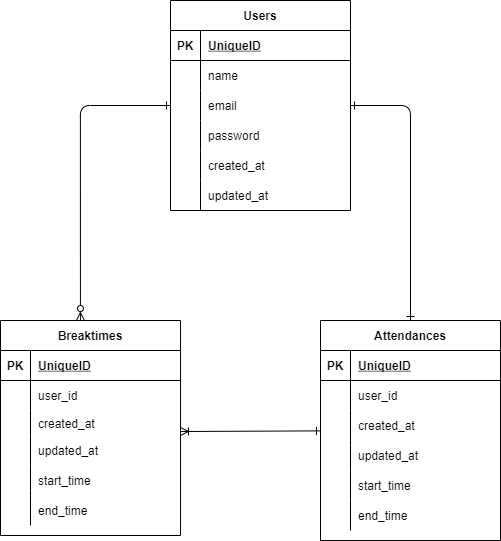
Above: index.drawio.png in msgreentea/Attendance_system (draw.io), before the change. Source tidied: cells renumbered, new cells last; positions are measured from the earlier drawing's top-left corner, leaving out a move shared by most shapes.
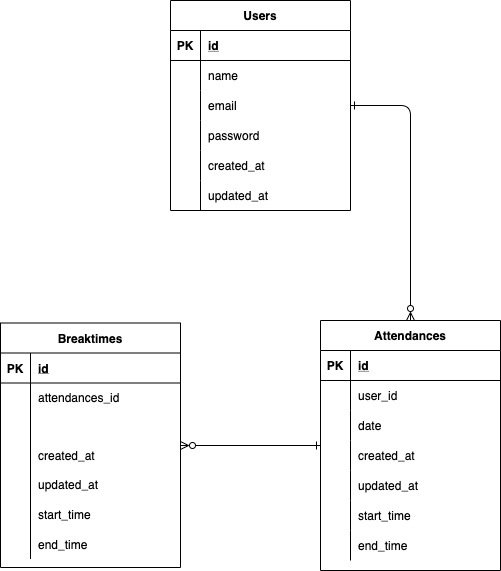
The same file after the commit.

The edit, as a diff of the source:
```diff
@@ -11,7 +11,7 @@
     <mxCell id="4" value="PK" style="shape=partialRectangle;fillColor=none;top=0;left=0;bottom=0;right=0;fontStyle=1;overflow=hidden;" parent="3" vertex="1">
       <mxGeometry width="30" height="30" as="geometry" />
     </mxCell>
-    <mxCell id="5" value="UniqueID" style="shape=partialRectangle;fillColor=none;top=0;left=0;bottom=0;right=0;align=left;spacingLeft=6;fontStyle=5;overflow=hidden;" parent="3" vertex="1">
+    <mxCell id="5" value="id" style="shape=partialRectangle;fillColor=none;top=0;left=0;bottom=0;right=0;align=left;spacingLeft=6;fontStyle=5;overflow=hidden;" parent="3" vertex="1">
       <mxGeometry x="30" width="150" height="30" as="geometry" />
     </mxCell>
     <mxCell id="6" style="shape=partialRectangle;fillColor=none;top=0;left=0;bottom=0;right=0;" parent="2" vertex="1">
@@ -60,7 +60,7 @@
       <mxGeometry x="30" width="150" height="30" as="geometry" />
     </mxCell>
     <mxCell id="21" value="Attendances" style="shape=table;startSize=30;rowLines=0;fontStyle=1;align=center;" parent="1" vertex="1">
-      <mxGeometry x="320" y="320" width="180" height="220" as="geometry" />
+      <mxGeometry x="320" y="320" width="180" height="250" as="geometry" />
     </mxCell>
     <mxCell id="22" style="shape=partialRectangle;fillColor=none;top=0;left=0;bottom=1;right=0;" parent="21" vertex="1">
       <mxGeometry y="30" width="180" height="30" as="geometry" />
@@ -68,7 +68,7 @@
     <mxCell id="23" value="PK" style="shape=partialRectangle;fillColor=none;top=0;left=0;bottom=0;right=0;fontStyle=1;overflow=hidden;" parent="22" vertex="1">
       <mxGeometry width="30" height="30" as="geometry" />
     </mxCell>
-    <mxCell id="24" value="UniqueID" style="shape=partialRectangle;fillColor=none;top=0;left=0;bottom=0;right=0;align=left;spacingLeft=6;fontStyle=5;overflow=hidden;" parent="22" vertex="1">
+    <mxCell id="24" value="id" style="shape=partialRectangle;fillColor=none;top=0;left=0;bottom=0;right=0;align=left;spacingLeft=6;fontStyle=5;overflow=hidden;" parent="22" vertex="1">
       <mxGeometry x="30" width="150" height="30" as="geometry" />
     </mxCell>
     <mxCell id="25" style="shape=partialRectangle;fillColor=none;top=0;left=0;bottom=0;right=0;" parent="21" vertex="1">
@@ -80,8 +80,17 @@
     <mxCell id="27" value="user_id" style="shape=partialRectangle;fillColor=none;top=0;left=0;bottom=0;right=0;align=left;spacingLeft=6;overflow=hidden;" parent="25" vertex="1">
       <mxGeometry x="30" width="150" height="30" as="geometry" />
     </mxCell>
+    <mxCell id="62" style="shape=partialRectangle;fillColor=none;top=0;left=0;bottom=0;right=0;" parent="21" vertex="1">
+      <mxGeometry y="90" width="180" height="30" as="geometry" />
+    </mxCell>
+    <mxCell id="63" style="shape=partialRectangle;fillColor=none;top=0;left=0;bottom=0;right=0;overflow=hidden;" parent="62" vertex="1">
+      <mxGeometry width="30" height="30" as="geometry" />
+    </mxCell>
+    <mxCell id="64" value="date" style="shape=partialRectangle;fillColor=none;top=0;left=0;bottom=0;right=0;align=left;spacingLeft=6;overflow=hidden;" parent="62" vertex="1">
+      <mxGeometry x="30" width="150" height="30" as="geometry" />
+    </mxCell>
     <mxCell id="28" style="shape=partialRectangle;fillColor=none;top=0;left=0;bottom=0;right=0;" parent="21" vertex="1">
-      <mxGeometry y="90" width="180" height="30" as="geometry" />
+      <mxGeometry y="120" width="180" height="30" as="geometry" />
     </mxCell>
     <mxCell id="29" style="shape=partialRectangle;fillColor=none;top=0;left=0;bottom=0;right=0;overflow=hidden;" parent="28" vertex="1">
       <mxGeometry width="30" height="30" as="geometry" />
@@ -90,7 +99,7 @@
       <mxGeometry x="30" width="150" height="30" as="geometry" />
     </mxCell>
     <mxCell id="31" style="shape=partialRectangle;fillColor=none;top=0;left=0;bottom=0;right=0;" parent="21" vertex="1">
-      <mxGeometry y="120" width="180" height="30" as="geometry" />
+      <mxGeometry y="150" width="180" height="30" as="geometry" />
     </mxCell>
     <mxCell id="32" style="shape=partialRectangle;fillColor=none;top=0;left=0;bottom=0;right=0;overflow=hidden;" parent="31" vertex="1">
       <mxGeometry width="30" height="30" as="geometry" />
@@ -99,7 +108,7 @@
       <mxGeometry x="30" width="150" height="30" as="geometry" />
     </mxCell>
     <mxCell id="34" style="shape=partialRectangle;fillColor=none;top=0;left=0;bottom=0;right=0;" parent="21" vertex="1">
-      <mxGeometry y="150" width="180" height="30" as="geometry" />
+      <mxGeometry y="180" width="180" height="30" as="geometry" />
     </mxCell>
     <mxCell id="35" style="shape=partialRectangle;fillColor=none;top=0;left=0;bottom=0;right=0;overflow=hidden;" parent="34" vertex="1">
       <mxGeometry width="30" height="30" as="geometry" />
@@ -108,7 +117,7 @@
       <mxGeometry x="30" width="150" height="30" as="geometry" />
     </mxCell>
     <mxCell id="37" style="shape=partialRectangle;fillColor=none;top=0;left=0;bottom=0;right=0;" parent="21" vertex="1">
-      <mxGeometry y="180" width="180" height="30" as="geometry" />
+      <mxGeometry y="210" width="180" height="30" as="geometry" />
     </mxCell>
     <mxCell id="38" style="shape=partialRectangle;fillColor=none;top=0;left=0;bottom=0;right=0;overflow=hidden;" parent="37" vertex="1">
       <mxGeometry width="30" height="30" as="geometry" />
@@ -117,7 +126,7 @@
       <mxGeometry x="30" width="150" height="30" as="geometry" />
     </mxCell>
     <mxCell id="40" value="Breaktimes" style="shape=table;startSize=30;rowLines=0;fontStyle=1;align=center;" parent="1" vertex="1">
-      <mxGeometry y="320" width="180" height="215" as="geometry" />
+      <mxGeometry y="322.5" width="180" height="244.5" as="geometry" />
     </mxCell>
     <mxCell id="41" style="shape=partialRectangle;fillColor=none;top=0;left=0;bottom=1;right=0;" parent="40" vertex="1">
       <mxGeometry y="30" width="180" height="30" as="geometry" />
@@ -125,29 +134,38 @@
     <mxCell id="42" value="PK" style="shape=partialRectangle;fillColor=none;top=0;left=0;bottom=0;right=0;fontStyle=1;overflow=hidden;" parent="41" vertex="1">
       <mxGeometry width="30" height="30" as="geometry" />
     </mxCell>
-    <mxCell id="43" value="UniqueID" style="shape=partialRectangle;fillColor=none;top=0;left=0;bottom=0;right=0;align=left;spacingLeft=6;fontStyle=5;overflow=hidden;" parent="41" vertex="1">
+    <mxCell id="43" value="id" style="shape=partialRectangle;fillColor=none;top=0;left=0;bottom=0;right=0;align=left;spacingLeft=6;fontStyle=5;overflow=hidden;" parent="41" vertex="1">
       <mxGeometry x="30" width="150" height="30" as="geometry" />
     </mxCell>
     <mxCell id="44" style="shape=partialRectangle;fillColor=none;top=0;left=0;bottom=0;right=0;" parent="40" vertex="1">
-      <mxGeometry y="60" width="180" height="30" as="geometry" />
+      <mxGeometry y="60" width="180" height="28" as="geometry" />
     </mxCell>
     <mxCell id="45" style="shape=partialRectangle;fillColor=none;top=0;left=0;bottom=0;right=0;overflow=hidden;" parent="44" vertex="1">
-      <mxGeometry width="30" height="30" as="geometry" />
+      <mxGeometry width="30" height="28" as="geometry" />
     </mxCell>
-    <mxCell id="46" value="user_id" style="shape=partialRectangle;fillColor=none;top=0;left=0;bottom=0;right=0;align=left;spacingLeft=6;overflow=hidden;" parent="44" vertex="1">
-      <mxGeometry x="30" width="150" height="30" as="geometry" />
+    <mxCell id="46" value="attendances_id" style="shape=partialRectangle;fillColor=none;top=0;left=0;bottom=0;right=0;align=left;spacingLeft=6;overflow=hidden;" parent="44" vertex="1">
+      <mxGeometry x="30" width="150" height="28" as="geometry" />
     </mxCell>
+    <mxCell id="65" style="shape=partialRectangle;fillColor=none;top=0;left=0;bottom=0;right=0;" parent="40" vertex="1">
+      <mxGeometry y="88" width="180" height="30" as="geometry" />
+    </mxCell>
+    <mxCell id="66" style="shape=partialRectangle;fillColor=none;top=0;left=0;bottom=0;right=0;overflow=hidden;" parent="65" vertex="1">
+      <mxGeometry width="30" height="30" as="geometry" />
+    </mxCell>
+    <mxCell id="67" style="shape=partialRectangle;fillColor=none;top=0;left=0;bottom=0;right=0;align=left;spacingLeft=6;overflow=hidden;" parent="65" vertex="1">
+      <mxGeometry x="30" width="150" height="30" as="geometry" />
+    </mxCell>
     <mxCell id="47" style="shape=partialRectangle;fillColor=none;top=0;left=0;bottom=0;right=0;points=[[0,0.5],[1,0.5]];portConstraint=eastwest;" parent="40" vertex="1">
-      <mxGeometry y="90" width="180" height="25" as="geometry" />
+      <mxGeometry y="118" width="180" height="28" as="geometry" />
     </mxCell>
     <mxCell id="48" style="shape=partialRectangle;fillColor=none;top=0;left=0;bottom=0;right=0;overflow=hidden;" parent="47" vertex="1">
-      <mxGeometry width="30" height="25" as="geometry" />
+      <mxGeometry width="30" height="28" as="geometry" />
     </mxCell>
     <mxCell id="49" value="created_at" style="shape=partialRectangle;fillColor=none;top=0;left=0;bottom=0;right=0;align=left;spacingLeft=6;overflow=hidden;" parent="47" vertex="1">
-      <mxGeometry x="30" width="150" height="25" as="geometry" />
+      <mxGeometry x="30" width="150" height="28" as="geometry" />
     </mxCell>
     <mxCell id="50" style="shape=partialRectangle;fillColor=none;top=0;left=0;bottom=0;right=0;" parent="40" vertex="1">
-      <mxGeometry y="115" width="180" height="30" as="geometry" />
+      <mxGeometry y="146" width="180" height="30" as="geometry" />
     </mxCell>
     <mxCell id="51" style="shape=partialRectangle;fillColor=none;top=0;left=0;bottom=0;right=0;overflow=hidden;" parent="50" vertex="1">
       <mxGeometry width="30" height="30" as="geometry" />
@@ -156,7 +174,7 @@
       <mxGeometry x="30" width="150" height="30" as="geometry" />
     </mxCell>
     <mxCell id="53" style="shape=partialRectangle;fillColor=none;top=0;left=0;bottom=0;right=0;" parent="40" vertex="1">
-      <mxGeometry y="145" width="180" height="30" as="geometry" />
+      <mxGeometry y="176" width="180" height="30" as="geometry" />
     </mxCell>
     <mxCell id="54" style="shape=partialRectangle;fillColor=none;top=0;left=0;bottom=0;right=0;overflow=hidden;" parent="53" vertex="1">
       <mxGeometry width="30" height="30" as="geometry" />
@@ -165,7 +183,7 @@
       <mxGeometry x="30" width="150" height="30" as="geometry" />
     </mxCell>
     <mxCell id="56" style="shape=partialRectangle;fillColor=none;top=0;left=0;bottom=0;right=0;" parent="40" vertex="1">
-      <mxGeometry y="175" width="180" height="30" as="geometry" />
+      <mxGeometry y="206" width="180" height="30" as="geometry" />
     </mxCell>
     <mxCell id="57" style="shape=partialRectangle;fillColor=none;top=0;left=0;bottom=0;right=0;overflow=hidden;" parent="56" vertex="1">
       <mxGeometry width="30" height="30" as="geometry" />
@@ -173,14 +191,16 @@
     <mxCell id="58" value="end_time" style="shape=partialRectangle;fillColor=none;top=0;left=0;bottom=0;right=0;align=left;spacingLeft=6;overflow=hidden;" parent="56" vertex="1">
       <mxGeometry x="30" width="150" height="30" as="geometry" />
     </mxCell>
-    <mxCell id="59" style="edgeStyle=orthogonalEdgeStyle;html=1;endArrow=ERone;endFill=0;startArrow=ERone;startFill=0;" parent="1" edge="1" source="9" target="21">
+    <mxCell id="59" style="edgeStyle=orthogonalEdgeStyle;html=1;endArrow=ERzeroToMany;endFill=0;startArrow=ERone;startFill=0;" parent="1" edge="1" source="9" target="21">
       <mxGeometry relative="1" as="geometry" />
     </mxCell>
-    <mxCell id="60" style="edgeStyle=orthogonalEdgeStyle;html=1;entryX=0.444;entryY=0;entryDx=0;entryDy=0;entryPerimeter=0;endArrow=ERzeroToMany;endFill=0;startArrow=ERone;startFill=0;" parent="1" edge="1" source="9" target="40">
-      <mxGeometry relative="1" as="geometry" />
-    </mxCell>
-    <mxCell id="61" style="html=1;endArrow=ERone;endFill=0;exitX=1;exitY=0.84;exitDx=0;exitDy=0;exitPerimeter=0;startArrow=ERoneToMany;startFill=0;" parent="1" edge="1" source="47" target="21">
-      <mxGeometry relative="1" as="geometry" />
+    <mxCell id="61" style="html=1;endArrow=ERone;endFill=0;startArrow=ERzeroToMany;startFill=0;" parent="1" edge="1" target="21">
+      <mxGeometry relative="1" as="geometry">
+        <mxPoint x="180" y="445" as="sourcePoint" />
+        <Array as="points">
+          <mxPoint x="180" y="445" />
+        </Array>
+      </mxGeometry>
     </mxCell>
   </root>
 </mxGraphModel>
```
